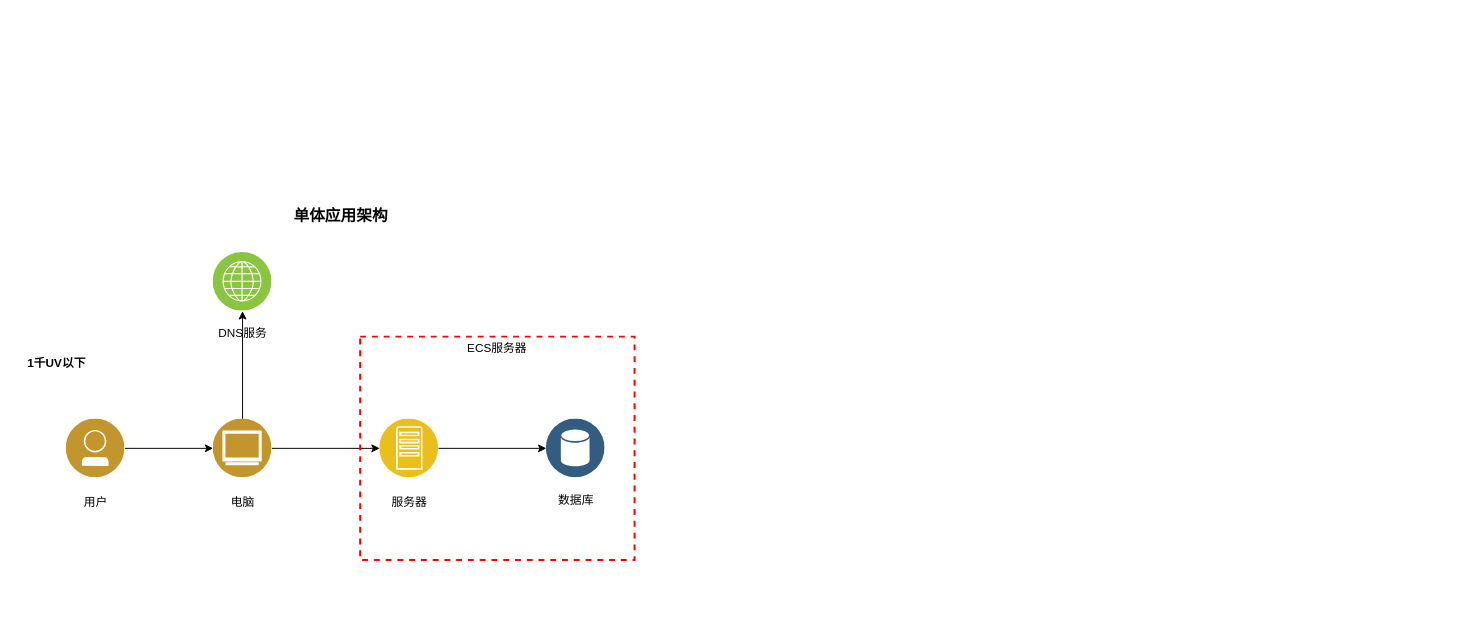
This is 单体架构.drawio from ChengziMao/helloword, a draw.io file, before an edit. Source tidied: cells renumbered, new cells numbered last; positions are measured from the earlier drawing's top-left corner, leaving out a move shared by most shapes. Both pictures are drawn from the tidied source at 98%, with x=0, y=0 at pixel (17, 201).
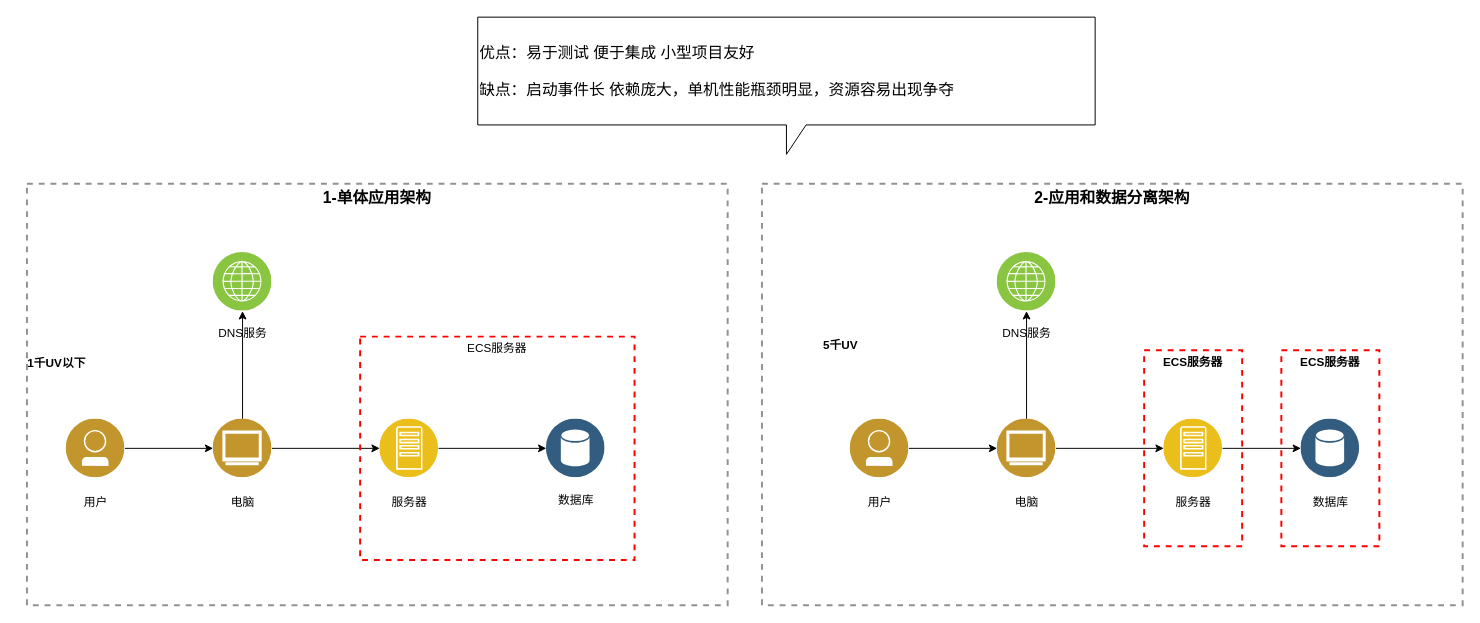
The same page after the edit.

Commit message (it also covers changes not shown here):
更新单体架构.drawio

The edit, as a diff of the source:
```diff
@@
+    <mxCell id="19" value="1-单体应用架构" style="fontStyle=1;verticalAlign=top;align=center;spacingTop=-2;fillColor=none;rounded=0;whiteSpace=wrap;html=1;strokeColor=#919191;strokeWidth=2;dashed=1;fontSize=16;" parent="1" vertex="1">
+      <mxGeometry x="10" y="-18" width="715" height="430" as="geometry" />
+    </mxCell>
@@
+    <mxCell id="15" value="ECS服务器" style="fontStyle=0;verticalAlign=top;align=center;spacingTop=-2;fillColor=none;rounded=0;whiteSpace=wrap;html=1;strokeColor=#FF0000;strokeWidth=2;dashed=1;" parent="1" vertex="1">
+      <mxGeometry x="350" y="138" width="280" height="228" as="geometry" />
+    </mxCell>
@@
-    <mxCell id="15" value="ECS服务器" style="fontStyle=0;verticalAlign=top;align=center;spacingTop=-2;fillColor=none;rounded=0;whiteSpace=wrap;html=1;strokeColor=#FF0000;strokeWidth=2;dashed=1;" parent="1" vertex="1">
-      <mxGeometry x="350" y="138" width="280" height="228" as="geometry" />
-    </mxCell>
@@
-    <mxCell id="18" value="单体应用架构" style="text;html=1;align=center;verticalAlign=middle;strokeColor=none;fillColor=none;fontSize=16;fontStyle=1;" parent="1" vertex="1">
-      <mxGeometry x="270" width="120" height="30" as="geometry" />
-    </mxCell>
+    <mxCell id="20" value="&lt;font style=&quot;font-size: 16px;&quot;&gt;2-应用和数据分离架构&lt;/font&gt;" style="fontStyle=1;verticalAlign=top;align=center;spacingTop=-2;fillColor=none;rounded=0;whiteSpace=wrap;html=1;strokeColor=#919191;strokeWidth=2;dashed=1;fontSize=12;" parent="1" vertex="1">
+      <mxGeometry x="760" y="-18" width="715" height="430" as="geometry" />
+    </mxCell>
+    <mxCell id="21" value="5千UV" style="text;html=1;align=center;verticalAlign=middle;strokeColor=none;fillColor=none;fontStyle=1;" parent="20" vertex="1">
+      <mxGeometry x="50" y="150" width="60" height="30" as="geometry" />
+    </mxCell>
+    <mxCell id="22" style="edgeStyle=orthogonalEdgeStyle;rounded=0;jettySize=auto;html=1;entryX=0;entryY=0.5;entryDx=0;entryDy=0;" parent="20" edge="1" source="23" target="27">
+      <mxGeometry relative="1" as="geometry" />
+    </mxCell>
+    <mxCell id="23" style="image;perimeter=ellipsePerimeter;html=1;align=center;shadow=0;dashed=0;fontColor=#4277BB;labelBackgroundColor=default;fontSize=12;spacingTop=3;image=img/lib/ibm/users/user.svg;" parent="20" vertex="1">
+      <mxGeometry x="90" y="240" width="60" height="60" as="geometry" />
+    </mxCell>
+    <mxCell id="24" value="用户" style="text;html=1;align=center;verticalAlign=middle;strokeColor=none;fillColor=none;" parent="20" vertex="1">
+      <mxGeometry x="95" y="310" width="50" height="30" as="geometry" />
+    </mxCell>
+    <mxCell id="25" style="edgeStyle=orthogonalEdgeStyle;rounded=0;jettySize=auto;html=1;" parent="20" edge="1" source="27" target="29">
+      <mxGeometry relative="1" as="geometry" />
+    </mxCell>
+    <mxCell id="26" style="edgeStyle=orthogonalEdgeStyle;rounded=0;jettySize=auto;html=1;" parent="20" edge="1" source="27" target="32">
+      <mxGeometry relative="1" as="geometry" />
+    </mxCell>
+    <mxCell id="27" style="image;perimeter=ellipsePerimeter;html=1;align=center;shadow=0;dashed=0;fontColor=#4277BB;labelBackgroundColor=default;fontSize=12;spacingTop=3;image=img/lib/ibm/users/browser.svg;" parent="20" vertex="1">
+      <mxGeometry x="240" y="240" width="60" height="60" as="geometry" />
+    </mxCell>
+    <mxCell id="28" value="电脑" style="text;html=1;align=center;verticalAlign=middle;strokeColor=none;fillColor=none;" parent="20" vertex="1">
+      <mxGeometry x="245" y="310" width="50" height="30" as="geometry" />
+    </mxCell>
+    <mxCell id="29" style="image;perimeter=ellipsePerimeter;html=1;align=center;shadow=0;dashed=0;fontColor=#4277BB;labelBackgroundColor=default;fontSize=12;spacingTop=3;image=img/lib/ibm/infrastructure/channels.svg;" parent="20" vertex="1">
+      <mxGeometry x="240" y="70" width="60" height="60" as="geometry" />
+    </mxCell>
+    <mxCell id="30" value="DNS服务" style="text;html=1;align=center;verticalAlign=middle;strokeColor=none;fillColor=none;" parent="20" vertex="1">
+      <mxGeometry x="235" y="138" width="70" height="30" as="geometry" />
+    </mxCell>
+    <mxCell id="31" style="edgeStyle=orthogonalEdgeStyle;rounded=0;jettySize=auto;html=1;" parent="20" edge="1" source="32" target="33">
+      <mxGeometry relative="1" as="geometry" />
+    </mxCell>
+    <mxCell id="32" style="image;perimeter=ellipsePerimeter;html=1;align=center;shadow=0;dashed=0;fontColor=#4277BB;labelBackgroundColor=default;fontSize=12;spacingTop=3;image=img/lib/ibm/applications/app_server.svg;" parent="20" vertex="1">
+      <mxGeometry x="410" y="240" width="60" height="60" as="geometry" />
+    </mxCell>
+    <mxCell id="33" style="image;perimeter=ellipsePerimeter;html=1;align=center;shadow=0;dashed=0;fontColor=#4277BB;labelBackgroundColor=default;fontSize=12;spacingTop=3;image=img/lib/ibm/data/data_services.svg;" parent="20" vertex="1">
+      <mxGeometry x="550" y="240" width="60" height="60" as="geometry" />
+    </mxCell>
+    <mxCell id="34" value="服务器" style="text;html=1;align=center;verticalAlign=middle;strokeColor=none;fillColor=none;" parent="20" vertex="1">
+      <mxGeometry x="410" y="310" width="60" height="30" as="geometry" />
+    </mxCell>
+    <mxCell id="35" value="数据库" style="text;html=1;align=center;verticalAlign=middle;strokeColor=none;fillColor=none;" parent="20" vertex="1">
+      <mxGeometry x="550" y="310" width="60" height="30" as="geometry" />
+    </mxCell>
+    <mxCell id="36" value="&lt;font&gt;&lt;b style=&quot;&quot;&gt;ECS服务器&lt;/b&gt;&lt;/font&gt;" style="fontStyle=0;verticalAlign=top;align=center;spacingTop=-2;fillColor=none;rounded=0;whiteSpace=wrap;html=1;strokeColor=#FF0000;strokeWidth=2;dashed=1;" parent="20" vertex="1">
+      <mxGeometry x="390" y="170" width="100" height="200" as="geometry" />
+    </mxCell>
+    <mxCell id="37" value="&lt;b&gt;ECS服务器&lt;/b&gt;" style="fontStyle=0;verticalAlign=top;align=center;spacingTop=-2;fillColor=none;rounded=0;whiteSpace=wrap;html=1;strokeColor=#FF0000;strokeWidth=2;dashed=1;" parent="20" vertex="1">
+      <mxGeometry x="530" y="170" width="100" height="200" as="geometry" />
+    </mxCell>
+    <mxCell id="38" value="优点：易于测试 便于集成 小型项目友好&lt;div&gt;&lt;br&gt;&lt;/div&gt;&lt;div&gt;&lt;span style=&quot;background-color: initial;&quot;&gt;缺点：启动事件长 依赖庞大，单机性能瓶颈明显，资源容易出现争夺&lt;/span&gt;&lt;/div&gt;" style="shape=callout;whiteSpace=wrap;html=1;perimeter=calloutPerimeter;align=left;fontSize=16;" parent="1" vertex="1">
+      <mxGeometry x="470" y="-188" width="630" height="140" as="geometry" />
+    </mxCell>
```
